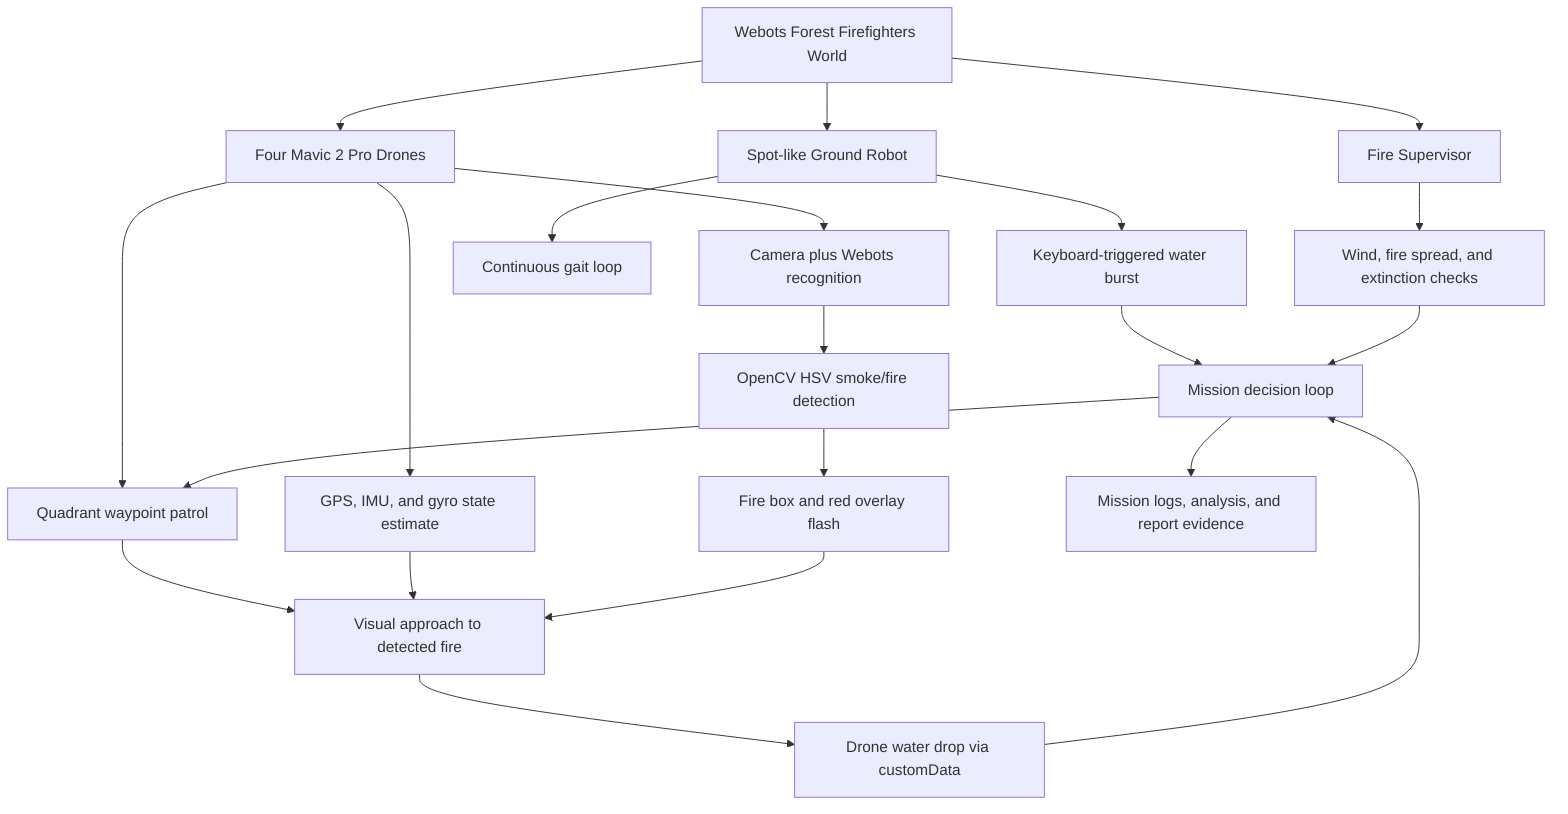
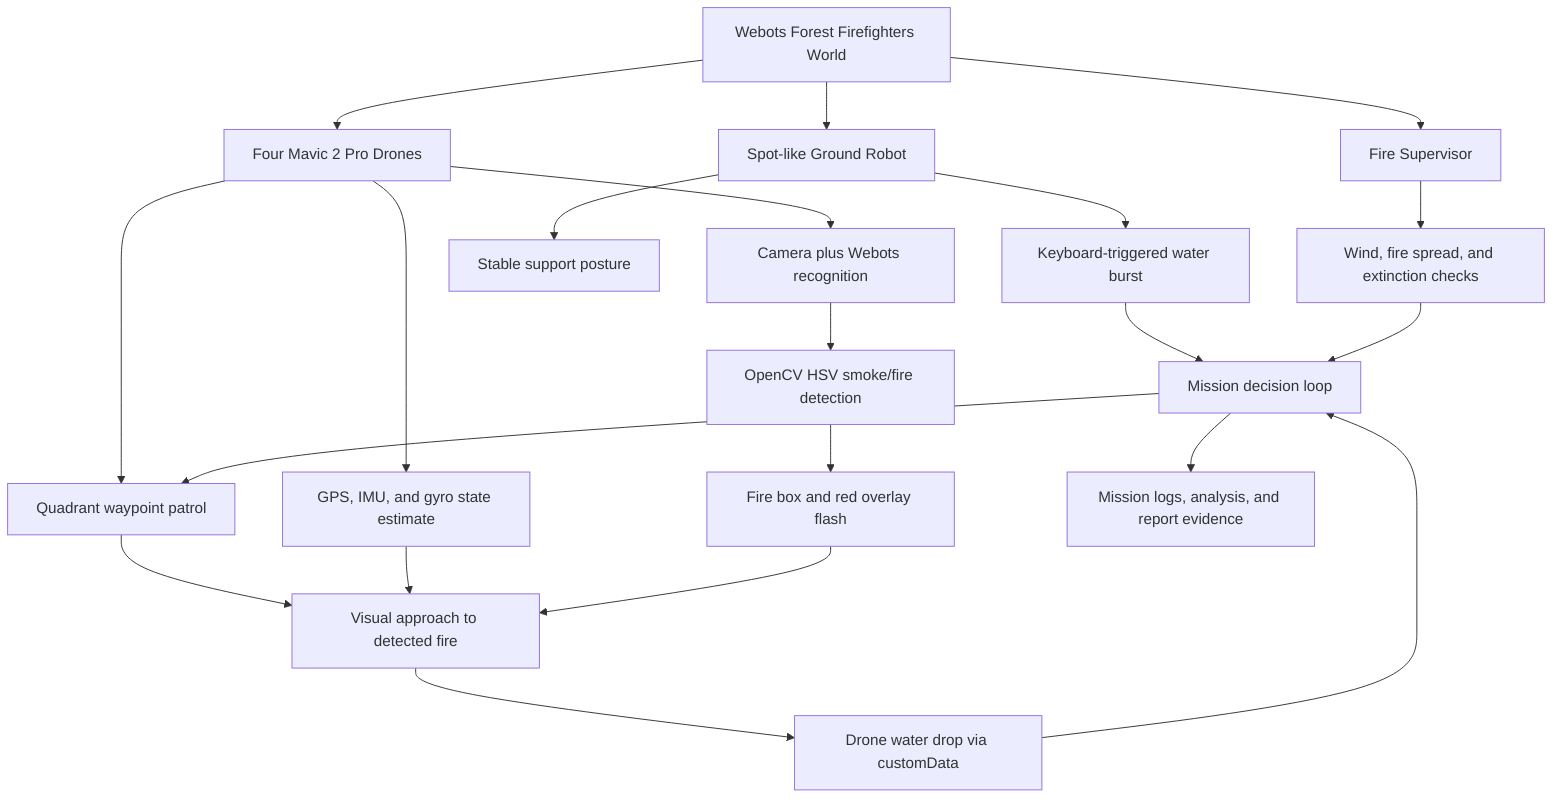
flowchart TD
    A[Webots Forest Firefighters World] --> B[Fire Supervisor]
    B --> B1[Wind, fire spread, and extinction checks]

    A --> C[Four Mavic 2 Pro Drones]
    A --> D[Spot-like Ground Robot]

    C --> C1[Quadrant waypoint patrol]
    C --> C2[Camera plus Webots recognition]
    C --> C3[GPS, IMU, and gyro state estimate]
    C2 --> E[OpenCV HSV smoke/fire detection]
    E --> E1[Fire box and red overlay flash]
    C1 --> F[Visual approach to detected fire]
    C3 --> F
    E1 --> F
    F --> G[Drone water drop via customData]

-     D --> D1[Continuous gait loop]
+     D --> D1[Stable support posture]
    D --> D2[Keyboard-triggered water burst]

    G --> H[Mission decision loop]
    D2 --> H
    B1 --> H
    H --> C1
    H --> I[Mission logs, analysis, and report evidence]
